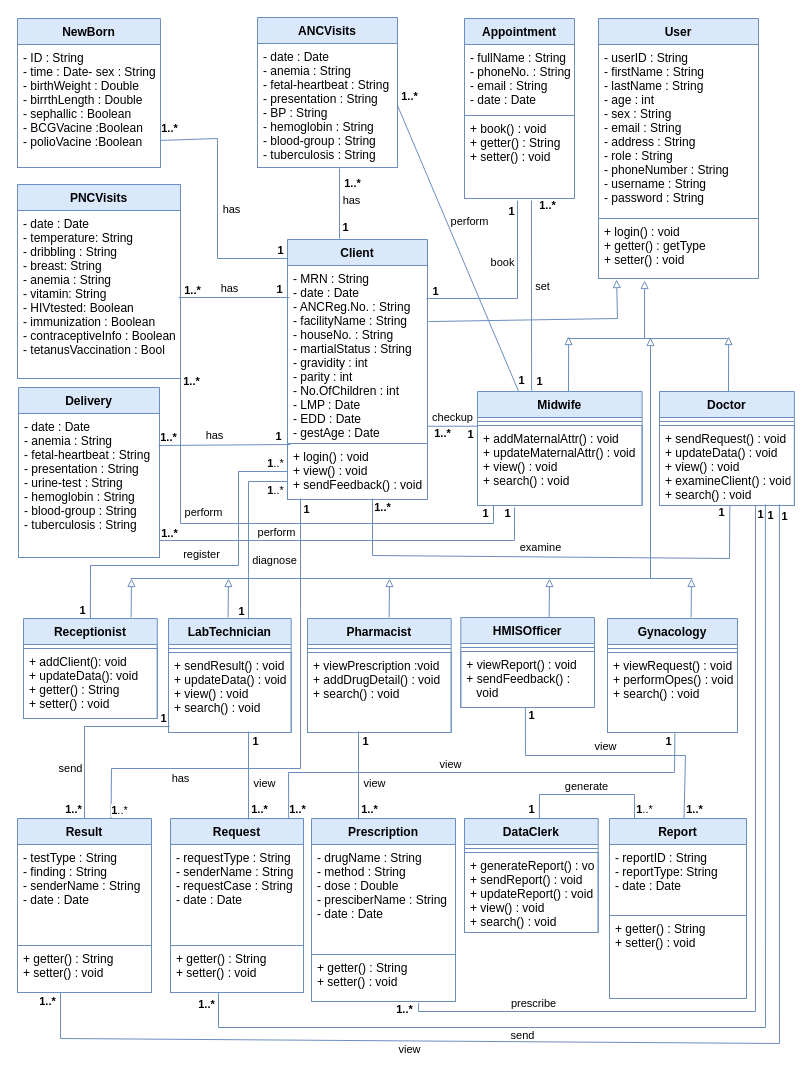
fasil712/UML_Diagram_Design keeps this draw.io diagram as Class Diagram.drawio. Above is the earlier version. Source tidied: cells renumbered, new cells numbered last; positions are measured from the earlier drawing's top-left corner, leaving out a move shared by most shapes. Both pictures are drawn from the tidied source at 100%, with x=0, y=0 at pixel (17, 17).
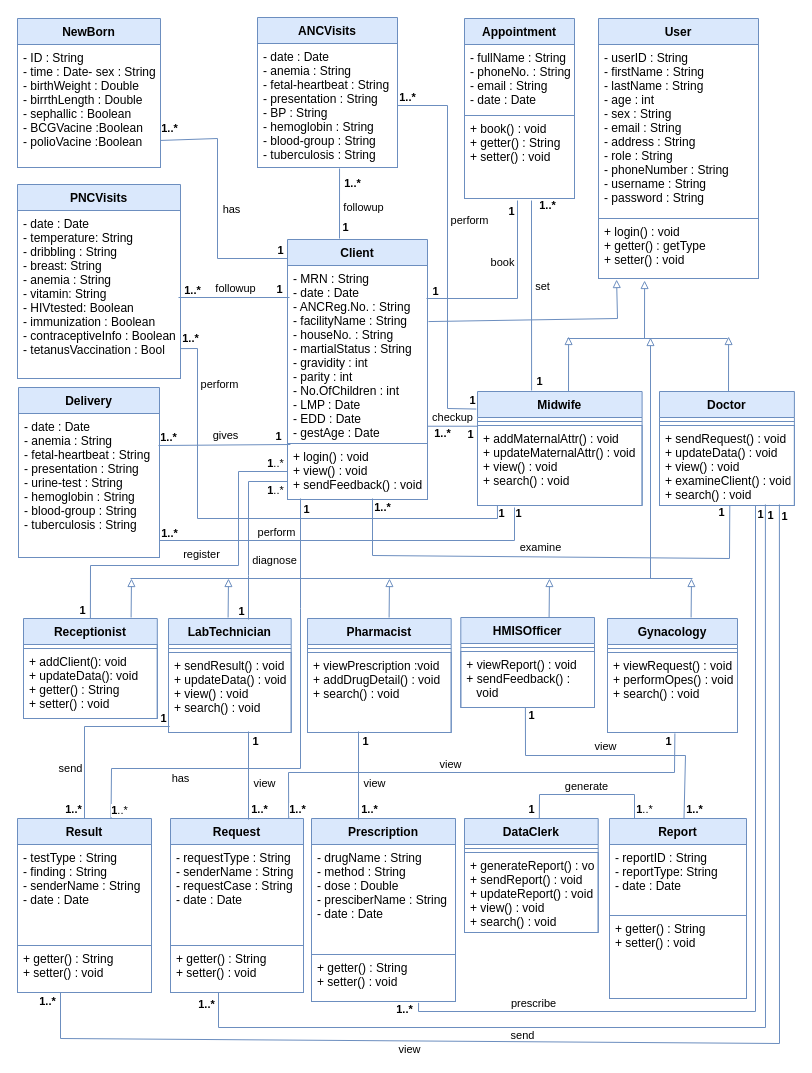
The same diagram, later.

The change refers to these unchanged cells:
```xml
<mxCell id="21" value="- date : Date&#10;- anemia : String&#10;- fetal-heartbeat : String&#10;- presentation : String&#10;- BP : String&#10;- hemoglobin : String&#10;- blood-group : String&#10;- tuberculosis : String" style="text;strokeColor=#6C8EBF;fillColor=none;align=left;verticalAlign=top;spacingLeft=4;spacingRight=4;overflow=hidden;points=[[0,0.5],[1,0.5]];portConstraint=eastwest;strokeWidth=1;spacingTop=0;fontSize=12;" parent="20" vertex="1">
  <mxGeometry y="26" width="140" height="124" as="geometry" />
</mxCell>
<mxCell id="25" value="- date : Date&#10;- temperature: String&#10;- dribbling : String&#10;- breast: String&#10;- anemia : String&#10;- vitamin: String&#10;- HIVtested: Boolean&#10;- immunization : Boolean&#10;- contraceptiveInfo : Boolean&#10;- tetanusVaccination : Bool&#10;" style="text;strokeColor=#6C8EBF;fillColor=none;align=left;verticalAlign=top;spacingLeft=4;spacingRight=4;overflow=hidden;points=[[0,0.5],[1,0.5]];portConstraint=eastwest;strokeWidth=1;spacingTop=0;fontSize=12;" parent="24" vertex="1">
  <mxGeometry y="26" width="163" height="168" as="geometry" />
</mxCell>
<mxCell id="28" value="Midwife" style="swimlane;fontStyle=1;align=center;verticalAlign=top;horizontal=1;startSize=26;strokeWidth=1;spacingTop=0;fontSize=12;strokeColor=#6c8ebf;fillColor=#dae8fc;" parent="1" vertex="1">
  <mxGeometry x="460" y="374" width="164.6" height="114" as="geometry" />
</mxCell>
<mxCell id="30" value="+ addMaternalAttr() : void&#10;+ updateMaternalAttr() : void&#10;+ view() : void&#10;+ search() : void&#10;" style="text;strokeColor=#6C8EBF;fillColor=none;align=left;verticalAlign=top;spacingLeft=4;spacingRight=4;overflow=hidden;points=[[0,0.5],[1,0.5]];portConstraint=eastwest;strokeWidth=1;spacingTop=0;fontSize=12;" parent="28" vertex="1">
  <mxGeometry y="34" width="164.6" height="80" as="geometry" />
</mxCell>
<mxCell id="34" style="endArrow=none;html=1;rounded=0;strokeWidth=1;entryX=0.586;entryY=1.008;entryDx=0;entryDy=0;fillColor=#dae8fc;strokeColor=#6c8ebf;entryPerimeter=0;" parent="1" edge="1" target="21">
  <mxGeometry relative="1" as="geometry">
    <mxPoint x="322" y="221" as="sourcePoint" />
  </mxGeometry>
</mxCell>
<mxCell id="42" style="endArrow=none;html=1;rounded=0;strokeWidth=1;fillColor=#dae8fc;strokeColor=#6c8ebf;exitX=0.007;exitY=0.18;exitDx=0;exitDy=0;exitPerimeter=0;" parent="1" edge="1">
  <mxGeometry relative="1" as="geometry">
    <mxPoint x="272" y="280" as="sourcePoint" />
    <mxPoint x="161" y="280" as="targetPoint" />
  </mxGeometry>
</mxCell>
<mxCell id="46" style="endArrow=none;html=1;rounded=0;strokeWidth=1;fillColor=#dae8fc;strokeColor=#6c8ebf;exitX=0.021;exitY=0.286;exitDx=0;exitDy=0;entryX=0.986;entryY=0.25;entryDx=0;entryDy=0;entryPerimeter=0;exitPerimeter=0;" parent="1" edge="1">
  <mxGeometry relative="1" as="geometry">
    <mxPoint x="272.9" y="427" as="sourcePoint" />
    <mxPoint x="141" y="428" as="targetPoint" />
  </mxGeometry>
</mxCell>
<mxCell id="147" style="endArrow=none;html=1;rounded=0;strokeWidth=1;fillColor=#dae8fc;strokeColor=#6c8ebf;entryX=0.999;entryY=0.882;entryDx=0;entryDy=0;entryPerimeter=0;exitX=0.225;exitY=1.025;exitDx=0;exitDy=0;exitPerimeter=0;" parent="1" edge="1" source="30" target="23">
  <mxGeometry relative="1" as="geometry">
    <Array as="points">
      <mxPoint x="497" y="523" />
    </Array>
  </mxGeometry>
</mxCell>
```

Diff of the diagram source:
```diff
@@
-    <mxCell id="35" value="has" style="edgeLabel;html=1;align=center;verticalAlign=middle;" parent="34" vertex="1">
+    <mxCell id="35" value="followup" style="edgeLabel;html=1;align=center;verticalAlign=middle;" parent="34" vertex="1">
       <mxGeometry x="0.43" y="-2" relative="1" as="geometry">
-        <mxPoint x="9" y="11" as="offset" />
+        <mxPoint x="21" y="18" as="offset" />
       </mxGeometry>
     </mxCell>
@@
-    <mxCell id="43" value="has" style="edgeLabel;html=1;align=center;verticalAlign=middle;" parent="42" vertex="1">
+    <mxCell id="43" value="followup" style="edgeLabel;html=1;align=center;verticalAlign=middle;" parent="42" vertex="1">
       <mxGeometry x="0.43" y="-2" relative="1" as="geometry">
-        <mxPoint x="18" y="-8" as="offset" />
+        <mxPoint x="24" y="-8" as="offset" />
       </mxGeometry>
     </mxCell>
@@
-    <mxCell id="47" value="has" style="edgeLabel;html=1;align=center;verticalAlign=middle;" parent="46" vertex="1">
+    <mxCell id="47" value="gives" style="edgeLabel;html=1;align=center;verticalAlign=middle;" parent="46" vertex="1">
       <mxGeometry x="0.43" y="-2" relative="1" as="geometry">
-        <mxPoint x="18" y="-8" as="offset" />
+        <mxPoint x="29" y="-8" as="offset" />
       </mxGeometry>
     </mxCell>
@@
-    <mxCell id="143" style="endArrow=none;html=1;rounded=0;strokeWidth=1;fillColor=#dae8fc;strokeColor=#6c8ebf;entryX=0.988;entryY=1.018;entryDx=0;entryDy=0;entryPerimeter=0;exitX=0.091;exitY=1.045;exitDx=0;exitDy=0;exitPerimeter=0;" parent="1" edge="1">
+    <mxCell id="143" style="endArrow=none;html=1;rounded=0;strokeWidth=1;fillColor=#dae8fc;strokeColor=#6c8ebf;entryX=1;entryY=0.822;entryDx=0;entryDy=0;entryPerimeter=0;exitX=0.121;exitY=1.003;exitDx=0;exitDy=0;exitPerimeter=0;" parent="1" edge="1" source="30" target="25">
       <mxGeometry relative="1" as="geometry">
-        <mxPoint x="476" y="488.6" as="sourcePoint" />
-        <mxPoint x="163" y="359" as="targetPoint" />
         <Array as="points">
-          <mxPoint x="476" y="506" />
-          <mxPoint x="163" y="506" />
+          <mxPoint x="480" y="501" />
+          <mxPoint x="180" y="501" />
+          <mxPoint x="180" y="331" />
         </Array>
       </mxGeometry>
     </mxCell>
     <mxCell id="144" value="perform" style="edgeLabel;html=1;align=center;verticalAlign=middle;" parent="143" vertex="1">
       <mxGeometry x="0.43" y="-2" relative="1" as="geometry">
-        <mxPoint x="20" y="-1" as="offset" />
+        <mxPoint x="19" y="-90" as="offset" />
       </mxGeometry>
     </mxCell>
     <mxCell id="145" value="&lt;b&gt;1&lt;/b&gt;" style="edgeLabel;html=1;align=center;verticalAlign=middle;fontSize=11;" parent="143" vertex="1">
       <mxGeometry x="-0.69" y="-4" relative="1" as="geometry">
-        <mxPoint x="48" y="-7" as="offset" />
+        <mxPoint x="68" y="-2" as="offset" />
       </mxGeometry>
     </mxCell>
     <mxCell id="146" value="&lt;b&gt;1..*&lt;/b&gt;" style="edgeLabel;html=1;align=center;verticalAlign=middle;fontSize=11;" parent="143" vertex="1">
       <mxGeometry x="0.78" y="-7" relative="1" as="geometry">
-        <mxPoint x="3" y="-48" as="offset" />
+        <mxPoint x="-15" y="-48" as="offset" />
       </mxGeometry>
     </mxCell>
@@
     <mxCell id="149" value="&lt;b&gt;1&lt;/b&gt;" style="edgeLabel;html=1;align=center;verticalAlign=middle;fontSize=11;" parent="147" vertex="1">
       <mxGeometry x="-0.69" y="-4" relative="1" as="geometry">
-        <mxPoint x="20" y="-24" as="offset" />
+        <mxPoint x="31" y="-24" as="offset" />
       </mxGeometry>
     </mxCell>
@@
-    <mxCell id="151" style="endArrow=none;html=1;rounded=0;strokeWidth=1;entryX=1;entryY=0.5;entryDx=0;entryDy=0;exitX=0.25;exitY=0;exitDx=0;exitDy=0;fillColor=#dae8fc;strokeColor=#6c8ebf;" parent="1" edge="1" source="28" target="21">
-      <mxGeometry relative="1" as="geometry" />
+    <mxCell id="151" style="endArrow=none;html=1;rounded=0;strokeWidth=1;entryX=1;entryY=0.5;entryDx=0;entryDy=0;exitX=-0.007;exitY=0.154;exitDx=0;exitDy=0;fillColor=#dae8fc;strokeColor=#6c8ebf;exitPerimeter=0;" parent="1" edge="1" source="28" target="21">
+      <mxGeometry relative="1" as="geometry">
+        <Array as="points">
+          <mxPoint x="430" y="391" />
+          <mxPoint x="430" y="88" />
+        </Array>
+      </mxGeometry>
     </mxCell>
     <mxCell id="152" value="perform" style="edgeLabel;html=1;align=center;verticalAlign=middle;" parent="151" vertex="1">
       <mxGeometry x="0.43" y="-2" relative="1" as="geometry">
-        <mxPoint x="35" y="35" as="offset" />
+        <mxPoint x="19" y="56" as="offset" />
       </mxGeometry>
     </mxCell>
     <mxCell id="153" value="&lt;b&gt;1&lt;/b&gt;" style="edgeLabel;html=1;align=center;verticalAlign=middle;fontSize=11;" parent="151" vertex="1">
       <mxGeometry x="-0.74" y="-6" relative="1" as="geometry">
-        <mxPoint x="12" y="28" as="offset" />
+        <mxPoint x="18" y="13" as="offset" />
       </mxGeometry>
     </mxCell>
     <mxCell id="154" value="&lt;b&gt;1..*&lt;/b&gt;" style="edgeLabel;html=1;align=center;verticalAlign=middle;fontSize=11;" parent="151" vertex="1">
       <mxGeometry x="0.86" y="-8" relative="1" as="geometry">
-        <mxPoint x="-4" y="-26" as="offset" />
+        <mxPoint x="-17" y="-1" as="offset" />
       </mxGeometry>
     </mxCell>
```
